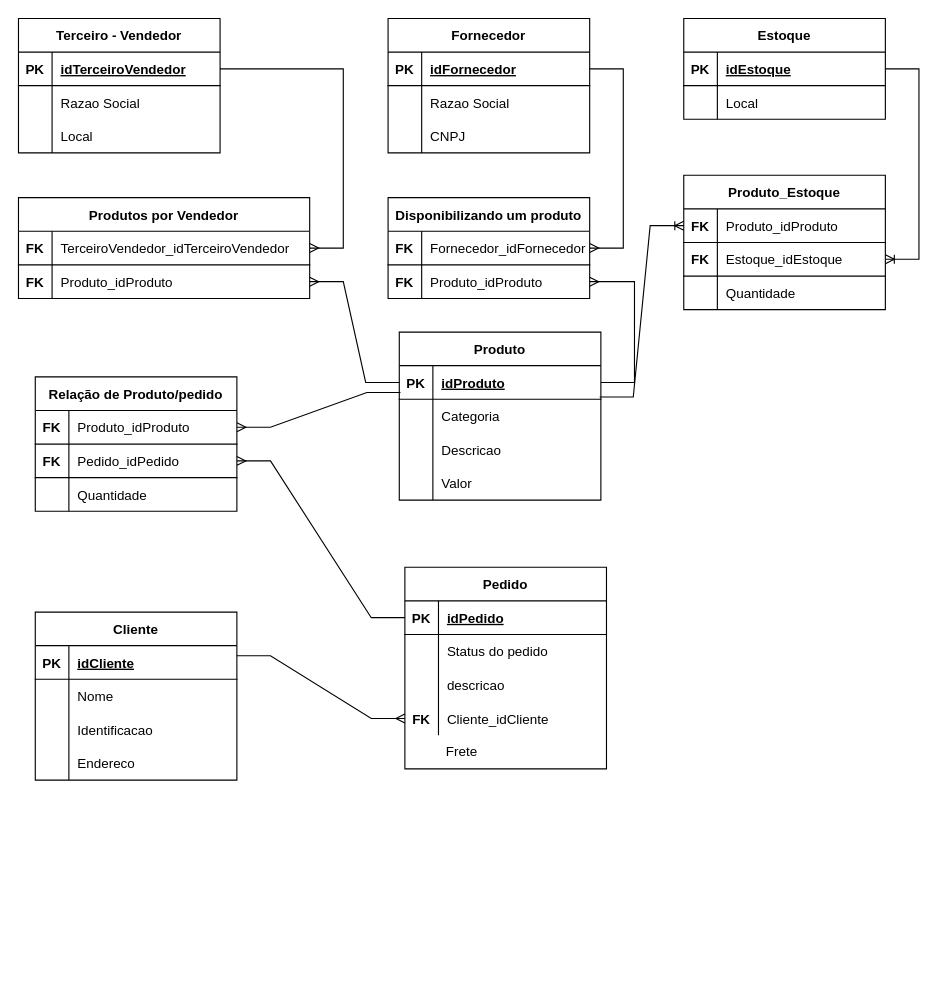
The draw.io diagram Refinando projeto conceitual de BD - E-COMMERCE.drawio in smourao/curso-git, before the edit. Source tidied: cells renumbered, new cells numbered last; positions are measured from the earlier drawing's top-left corner, leaving out a move shared by most shapes. Both pictures are drawn from the tidied source at 112%, with x=0, y=0 at pixel (18, 18).
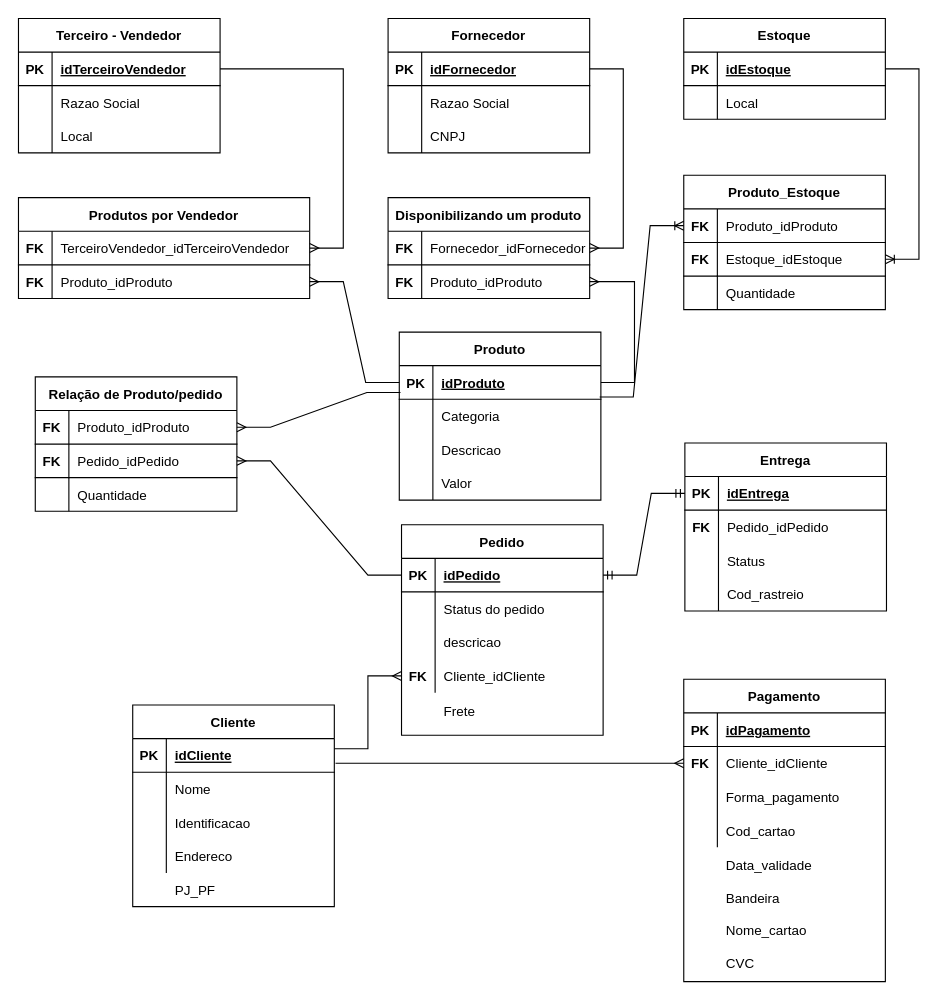
The same page after the edit.

Unchanged cells that the change refers to:
```xml
<mxCell id="73" style="shape=tableRow;horizontal=0;startSize=0;swimlaneHead=0;swimlaneBody=0;fillColor=none;points=[[0,0.5],[1,0.5]];portConstraint=eastwest;top=0;left=0;right=0;bottom=1;strokeColor=default;" parent="72" vertex="1">
  <mxGeometry y="30" width="180" height="30" as="geometry" />
</mxCell>
<mxCell id="87" style="shape=tableRow;horizontal=0;startSize=0;swimlaneHead=0;swimlaneBody=0;fillColor=none;points=[[0,0.5],[1,0.5]];portConstraint=eastwest;top=0;left=0;right=0;bottom=1;strokeColor=default;" parent="86" vertex="1">
  <mxGeometry y="30" width="180" height="30" as="geometry" />
</mxCell>
```

Diff of the diagram source:
```diff
@@
-    <mxCell id="72" value="Pedido" style="shape=table;startSize=30;childLayout=tableLayout;rowLines=0;fontStyle=1;align=center;strokeColor=default;fillColor=none;columnLines=1;" parent="1" vertex="1">
-      <mxGeometry x="345" y="490" width="180" height="180" as="geometry" />
+    <mxCell id="72" value="Pedido" style="shape=table;startSize=30;childLayout=tableLayout;rowLines=0;fontStyle=1;align=center;strokeColor=default;fillColor=none;columnLines=1;swimlaneLine=1;sketch=0;rounded=0;shadow=0;" parent="1" vertex="1">
+      <mxGeometry x="342" y="452" width="180" height="188" as="geometry" />
     </mxCell>
@@
     <mxCell id="85" value="Frete" style="shape=partialRectangle;fillColor=none;top=0;left=0;bottom=0;right=0;align=left;spacingLeft=6;overflow=hidden;strokeColor=default;" parent="1" vertex="1">
-      <mxGeometry x="374" y="639" width="150" height="30" as="geometry" />
+      <mxGeometry x="372" y="603" width="150" height="30" as="geometry" />
     </mxCell>
     <mxCell id="86" value="Cliente" style="shape=table;startSize=30;childLayout=tableLayout;rowLines=0;fontStyle=1;align=center;strokeColor=default;fillColor=none;" parent="1" vertex="1">
-      <mxGeometry x="15" y="530" width="180" height="150" as="geometry" />
+      <mxGeometry x="102" y="613" width="180" height="180" as="geometry" />
     </mxCell>
@@
-    <mxCell id="112" style="shape=tableRow;horizontal=0;startSize=0;swimlaneHead=0;swimlaneBody=0;fillColor=none;top=0;left=0;right=0;bottom=0;strokeColor=default;" parent="1" vertex="1">
-      <mxGeometry x="355" y="638" width="180" height="30" as="geometry" />
-    </mxCell>
+    <mxCell id="113" value="PJ_PF" style="shape=partialRectangle;fillColor=none;top=0;left=0;bottom=0;right=0;align=left;spacingLeft=6;overflow=hidden;strokeColor=default;" parent="1" vertex="1">
+      <mxGeometry x="132" y="763" width="150" height="30" as="geometry" />
+    </mxCell>
+    <mxCell id="114" value="Pagamento" style="shape=table;startSize=30;childLayout=tableLayout;rowLines=0;fontStyle=1;align=center;strokeColor=default;fillColor=none;" parent="1" vertex="1">
+      <mxGeometry x="594" y="590" width="180" height="270" as="geometry" />
+    </mxCell>
+    <mxCell id="115" style="shape=tableRow;horizontal=0;startSize=0;swimlaneHead=0;swimlaneBody=0;fillColor=none;top=0;left=0;right=0;bottom=1;strokeColor=default;" parent="114" vertex="1">
+      <mxGeometry y="30" width="180" height="30" as="geometry" />
+    </mxCell>
+    <mxCell id="116" value="PK" style="shape=partialRectangle;fillColor=none;top=0;left=0;bottom=0;right=0;fontStyle=1;overflow=hidden;strokeColor=default;" parent="115" vertex="1">
+      <mxGeometry width="30" height="30" as="geometry" />
+    </mxCell>
+    <mxCell id="117" value="idPagamento" style="shape=partialRectangle;fillColor=none;top=0;left=0;bottom=0;right=0;align=left;spacingLeft=6;fontStyle=5;overflow=hidden;strokeColor=default;" parent="115" vertex="1">
+      <mxGeometry x="30" width="150" height="30" as="geometry" />
+    </mxCell>
+    <mxCell id="118" style="shape=tableRow;horizontal=0;startSize=0;swimlaneHead=0;swimlaneBody=0;fillColor=none;points=[[0,0.5],[1,0.5]];portConstraint=eastwest;top=0;left=0;right=0;bottom=0;strokeColor=default;" parent="114" vertex="1">
+      <mxGeometry y="60" width="180" height="30" as="geometry" />
+    </mxCell>
+    <mxCell id="119" value="FK" style="shape=partialRectangle;fillColor=none;top=0;left=0;bottom=0;right=0;overflow=hidden;strokeColor=default;fontStyle=1;" parent="118" vertex="1">
+      <mxGeometry width="30" height="30" as="geometry" />
+    </mxCell>
+    <mxCell id="120" value="Cliente_idCliente" style="shape=partialRectangle;fillColor=none;top=0;left=0;bottom=0;right=0;align=left;spacingLeft=6;overflow=hidden;strokeColor=default;" parent="118" vertex="1">
+      <mxGeometry x="30" width="150" height="30" as="geometry" />
+    </mxCell>
+    <mxCell id="121" style="shape=tableRow;horizontal=0;startSize=0;swimlaneHead=0;swimlaneBody=0;fillColor=none;top=0;left=0;right=0;bottom=0;strokeColor=default;" parent="114" vertex="1">
+      <mxGeometry y="90" width="180" height="30" as="geometry" />
+    </mxCell>
+    <mxCell id="122" style="shape=partialRectangle;fillColor=none;top=0;left=0;bottom=0;right=0;overflow=hidden;strokeColor=default;" parent="121" vertex="1">
+      <mxGeometry width="30" height="30" as="geometry" />
+    </mxCell>
+    <mxCell id="123" value="Forma_pagamento" style="shape=partialRectangle;fillColor=none;top=0;left=0;bottom=0;right=0;align=left;spacingLeft=6;overflow=hidden;strokeColor=default;" parent="121" vertex="1">
+      <mxGeometry x="30" width="150" height="30" as="geometry" />
+    </mxCell>
+    <mxCell id="124" style="shape=tableRow;horizontal=0;startSize=0;swimlaneHead=0;swimlaneBody=0;fillColor=none;top=0;left=0;right=0;bottom=0;strokeColor=default;" parent="114" vertex="1">
+      <mxGeometry y="120" width="180" height="30" as="geometry" />
+    </mxCell>
+    <mxCell id="125" style="shape=partialRectangle;fillColor=none;top=0;left=0;bottom=0;right=0;overflow=hidden;strokeColor=default;" parent="124" vertex="1">
+      <mxGeometry width="30" height="30" as="geometry" />
+    </mxCell>
+    <mxCell id="126" value="Cod_cartao" style="shape=partialRectangle;fillColor=none;top=0;left=0;bottom=0;right=0;align=left;spacingLeft=6;overflow=hidden;strokeColor=default;" parent="124" vertex="1">
+      <mxGeometry x="30" width="150" height="30" as="geometry" />
+    </mxCell>
+    <mxCell id="127" style="edgeStyle=entityRelationEdgeStyle;fontSize=12;html=1;endArrow=ERmany;rounded=0;entryX=0;entryY=0.5;entryDx=0;entryDy=0;exitX=1.006;exitY=0.733;exitDx=0;exitDy=0;exitPerimeter=0;" parent="1" edge="1" source="87" target="118">
+      <mxGeometry relative="1" as="geometry" />
+    </mxCell>
+    <mxCell id="128" style="shape=tableRow;horizontal=0;startSize=0;swimlaneHead=0;swimlaneBody=0;fillColor=none;top=0;left=0;right=0;bottom=0;strokeColor=default;" parent="1" vertex="1">
+      <mxGeometry x="594" y="759" width="180" height="30" as="geometry" />
+    </mxCell>
+    <mxCell id="129" style="shape=partialRectangle;fillColor=none;top=0;left=0;bottom=0;right=0;overflow=hidden;strokeColor=default;" parent="128" vertex="1">
+      <mxGeometry y="-18" width="30" height="30" as="geometry" />
+    </mxCell>
+    <mxCell id="130" value="Data_validade" style="shape=partialRectangle;fillColor=none;top=0;left=0;bottom=0;right=0;align=left;spacingLeft=6;overflow=hidden;strokeColor=default;" parent="128" vertex="1">
+      <mxGeometry x="30" y="-18" width="150" height="30" as="geometry" />
+    </mxCell>
+    <mxCell id="131" style="shape=tableRow;horizontal=0;startSize=0;swimlaneHead=0;swimlaneBody=0;fillColor=none;top=0;left=0;right=0;bottom=0;strokeColor=default;" parent="1" vertex="1">
+      <mxGeometry x="594" y="788" width="180" height="30" as="geometry" />
+    </mxCell>
+    <mxCell id="132" style="shape=partialRectangle;fillColor=none;top=0;left=0;bottom=0;right=0;overflow=hidden;strokeColor=default;" parent="131" vertex="1">
+      <mxGeometry y="-18" width="30" height="30" as="geometry" />
+    </mxCell>
+    <mxCell id="133" value="Bandeira" style="shape=partialRectangle;fillColor=none;top=0;left=0;bottom=0;right=0;align=left;spacingLeft=6;overflow=hidden;strokeColor=default;" parent="131" vertex="1">
+      <mxGeometry x="30" y="-18" width="150" height="30" as="geometry" />
+    </mxCell>
+    <mxCell id="134" style="shape=tableRow;horizontal=0;startSize=0;swimlaneHead=0;swimlaneBody=0;fillColor=none;top=0;left=0;right=0;bottom=0;strokeColor=default;" parent="1" vertex="1">
+      <mxGeometry x="594" y="817" width="180" height="30" as="geometry" />
+    </mxCell>
+    <mxCell id="135" style="shape=partialRectangle;fillColor=none;top=0;left=0;bottom=0;right=0;overflow=hidden;strokeColor=default;" parent="134" vertex="1">
+      <mxGeometry y="-18" width="30" height="30" as="geometry" />
+    </mxCell>
+    <mxCell id="136" value="Nome_cartao" style="shape=partialRectangle;fillColor=none;top=0;left=0;bottom=0;right=0;align=left;spacingLeft=6;overflow=hidden;strokeColor=default;" parent="134" vertex="1">
+      <mxGeometry x="30" y="-18" width="150" height="30" as="geometry" />
+    </mxCell>
+    <mxCell id="137" style="shape=tableRow;horizontal=0;startSize=0;swimlaneHead=0;swimlaneBody=0;fillColor=none;top=0;left=0;right=0;bottom=0;strokeColor=default;" parent="1" vertex="1">
+      <mxGeometry x="594" y="831" width="180" height="30" as="geometry" />
+    </mxCell>
+    <mxCell id="138" style="shape=partialRectangle;fillColor=none;top=0;left=0;bottom=0;right=0;overflow=hidden;strokeColor=default;" parent="137" vertex="1">
+      <mxGeometry y="-3" width="30" height="30" as="geometry" />
+    </mxCell>
+    <mxCell id="139" value="CVC" style="shape=partialRectangle;fillColor=none;top=0;left=0;bottom=0;right=0;align=left;spacingLeft=6;overflow=hidden;strokeColor=default;" parent="137" vertex="1">
+      <mxGeometry x="30" y="-3" width="150" height="30" as="geometry" />
+    </mxCell>
+    <mxCell id="140" value="Entrega" style="shape=table;startSize=30;childLayout=tableLayout;rowLines=0;fontStyle=1;align=center;strokeColor=default;fillColor=none;" parent="1" vertex="1">
+      <mxGeometry x="595" y="379" width="180" height="150" as="geometry" />
+    </mxCell>
+    <mxCell id="141" style="shape=tableRow;horizontal=0;startSize=0;swimlaneHead=0;swimlaneBody=0;fillColor=none;points=[[0,0.5],[1,0.5]];portConstraint=eastwest;top=0;left=0;right=0;bottom=1;strokeColor=default;" parent="140" vertex="1">
+      <mxGeometry y="30" width="180" height="30" as="geometry" />
+    </mxCell>
+    <mxCell id="142" value="PK" style="shape=partialRectangle;fillColor=none;top=0;left=0;bottom=0;right=0;fontStyle=1;overflow=hidden;strokeColor=default;" parent="141" vertex="1">
+      <mxGeometry width="30" height="30" as="geometry" />
+    </mxCell>
+    <mxCell id="143" value="idEntrega" style="shape=partialRectangle;fillColor=none;top=0;left=0;bottom=0;right=0;align=left;spacingLeft=6;fontStyle=5;overflow=hidden;strokeColor=default;" parent="141" vertex="1">
+      <mxGeometry x="30" width="150" height="30" as="geometry" />
+    </mxCell>
+    <mxCell id="144" style="shape=tableRow;horizontal=0;startSize=0;swimlaneHead=0;swimlaneBody=0;fillColor=none;top=0;left=0;right=0;bottom=0;strokeColor=default;" parent="140" vertex="1">
+      <mxGeometry y="60" width="180" height="30" as="geometry" />
+    </mxCell>
+    <mxCell id="145" value="FK" style="shape=partialRectangle;fillColor=none;top=0;left=0;bottom=0;right=0;overflow=hidden;strokeColor=default;fontStyle=1;" parent="144" vertex="1">
+      <mxGeometry width="30" height="30" as="geometry" />
+    </mxCell>
+    <mxCell id="146" value="Pedido_idPedido" style="shape=partialRectangle;fillColor=none;top=0;left=0;bottom=0;right=0;align=left;spacingLeft=6;overflow=hidden;strokeColor=default;" parent="144" vertex="1">
+      <mxGeometry x="30" width="150" height="30" as="geometry" />
+    </mxCell>
+    <mxCell id="147" style="shape=tableRow;horizontal=0;startSize=0;swimlaneHead=0;swimlaneBody=0;fillColor=none;top=0;left=0;right=0;bottom=0;strokeColor=default;" parent="140" vertex="1">
+      <mxGeometry y="90" width="180" height="30" as="geometry" />
+    </mxCell>
+    <mxCell id="148" style="shape=partialRectangle;fillColor=none;top=0;left=0;bottom=0;right=0;overflow=hidden;strokeColor=default;" parent="147" vertex="1">
+      <mxGeometry width="30" height="30" as="geometry" />
+    </mxCell>
+    <mxCell id="149" value="Status" style="shape=partialRectangle;fillColor=none;top=0;left=0;bottom=0;right=0;align=left;spacingLeft=6;overflow=hidden;strokeColor=default;" parent="147" vertex="1">
+      <mxGeometry x="30" width="150" height="30" as="geometry" />
+    </mxCell>
+    <mxCell id="150" style="shape=tableRow;horizontal=0;startSize=0;swimlaneHead=0;swimlaneBody=0;fillColor=none;top=0;left=0;right=0;bottom=0;strokeColor=default;" parent="140" vertex="1">
+      <mxGeometry y="120" width="180" height="30" as="geometry" />
+    </mxCell>
+    <mxCell id="151" style="shape=partialRectangle;fillColor=none;top=0;left=0;bottom=0;right=0;overflow=hidden;strokeColor=default;" parent="150" vertex="1">
+      <mxGeometry width="30" height="30" as="geometry" />
+    </mxCell>
+    <mxCell id="152" value="Cod_rastreio" style="shape=partialRectangle;fillColor=none;top=0;left=0;bottom=0;right=0;align=left;spacingLeft=6;overflow=hidden;strokeColor=default;" parent="150" vertex="1">
+      <mxGeometry x="30" width="150" height="30" as="geometry" />
+    </mxCell>
+    <mxCell id="153" style="edgeStyle=entityRelationEdgeStyle;fontSize=12;html=1;endArrow=ERmandOne;startArrow=ERmandOne;rounded=0;exitX=1;exitY=0.5;exitDx=0;exitDy=0;entryX=0;entryY=0.5;entryDx=0;entryDy=0;" parent="1" edge="1" source="73" target="141">
+      <mxGeometry relative="1" as="geometry" />
+    </mxCell>
```
